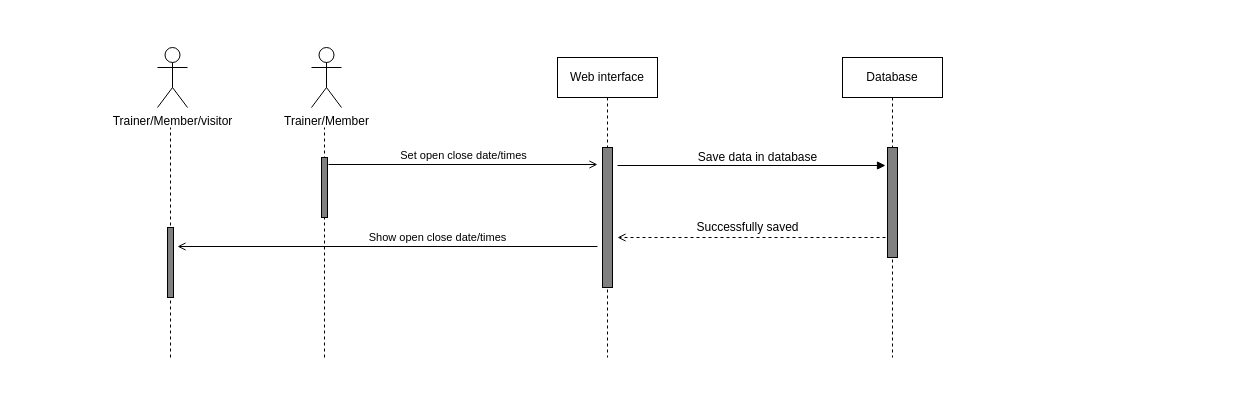
Before: page "Page-10" (10 of 13) of Diagram/Sequence Diagram.drawio in AmilaDissanayake/Group_CS21, a draw.io diagram. Source tidied: cells renumbered, new cells numbered last; positions are measured from the earlier drawing's top-left corner, leaving out a move shared by most shapes. Both pictures are drawn from the tidied source at 100%, with x=0, y=0 at pixel (157, 47).
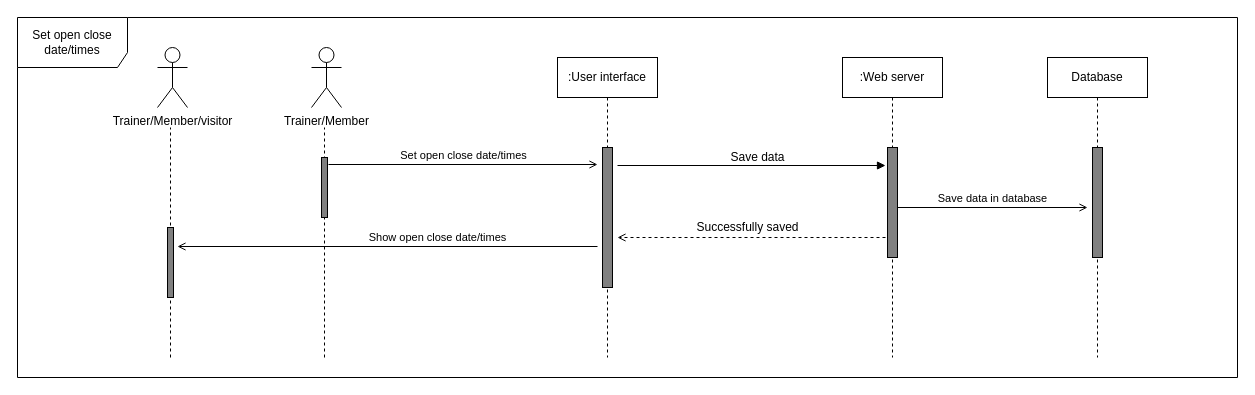
Above is the later version.

The edit, as a diff of the source:
```diff
@@
-    <mxCell id="5" value="Web interface" style="shape=umlLifeline;perimeter=lifelinePerimeter;whiteSpace=wrap;html=1;" parent="1" vertex="1">
+    <mxCell id="5" value=":User interface" style="shape=umlLifeline;perimeter=lifelinePerimeter;whiteSpace=wrap;html=1;" parent="1" vertex="1">
       <mxGeometry x="400" y="10" width="100" height="300" as="geometry" />
     </mxCell>
@@
-    <mxCell id="7" value="Database" style="shape=umlLifeline;perimeter=lifelinePerimeter;whiteSpace=wrap;html=1;" parent="1" vertex="1">
+    <mxCell id="7" value=":Web server" style="shape=umlLifeline;perimeter=lifelinePerimeter;whiteSpace=wrap;html=1;" parent="1" vertex="1">
       <mxGeometry x="685" y="10" width="100" height="300" as="geometry" />
     </mxCell>
@@
-    <mxCell id="14" value="Save data in database" style="text;html=1;align=center;verticalAlign=middle;strokeColor=none;" parent="1" vertex="1">
-      <mxGeometry x="535" y="100" width="130" height="20" as="geometry" />
+    <mxCell id="14" value="Save data" style="text;html=1;align=center;verticalAlign=middle;strokeColor=none;" parent="1" vertex="1">
+      <mxGeometry x="565" y="100" width="70" height="20" as="geometry" />
     </mxCell>
@@
+    <mxCell id="18" value="Database" style="shape=umlLifeline;perimeter=lifelinePerimeter;whiteSpace=wrap;html=1;" parent="1" vertex="1">
+      <mxGeometry x="890" y="10" width="100" height="300" as="geometry" />
+    </mxCell>
+    <mxCell id="19" style="html=1;perimeter=orthogonalPerimeter;fillColor=#808080;" parent="18" vertex="1">
+      <mxGeometry x="45" y="90" width="10" height="110" as="geometry" />
+    </mxCell>
+    <mxCell id="20" value="Save data in database" style="html=1;verticalAlign=bottom;labelBackgroundColor=none;endArrow=open;endFill=0;" parent="1" edge="1">
+      <mxGeometry relative="1" as="geometry">
+        <mxPoint x="740" y="160" as="sourcePoint" />
+        <mxPoint x="930" y="160" as="targetPoint" />
+      </mxGeometry>
+    </mxCell>
+    <mxCell id="21" value="Set open close date/times" style="shape=umlFrame;whiteSpace=wrap;html=1;width=110;height=50;" parent="1" vertex="1">
+      <mxGeometry x="-140" y="-30" width="1220" height="360" as="geometry" />
+    </mxCell>
```
